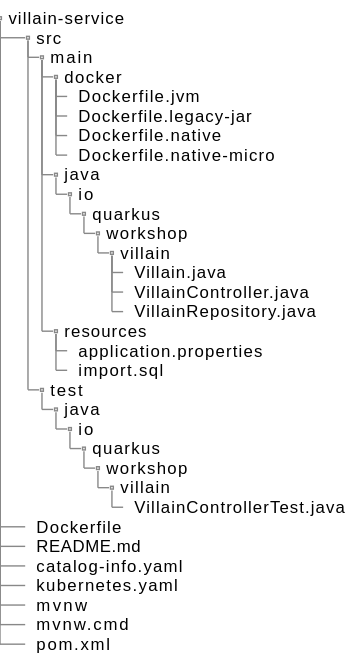
cescoffier/quarkus-openshift-workshop keeps this PlantUML diagram as target/villain-directory-structure.svg. Above is the earlier version. Its diagram source:
```plantuml
@startsalt
{
{
T
villain-service
++  src
+++  main
++++  docker
+++++  Dockerfile.jvm
+++++  Dockerfile.legacy-jar
+++++  Dockerfile.native
+++++  Dockerfile.native-micro
++++  java
+++++  io
++++++  quarkus
+++++++  workshop
++++++++  villain
+++++++++  Villain.java
+++++++++  VillainController.java
+++++++++  VillainRepository.java
++++  resources
+++++  application.properties
+++++  import.sql
+++  test
++++  java
+++++  io
++++++  quarkus
+++++++  workshop
++++++++  villain
+++++++++  VillainControllerTest.java
++ Dockerfile
++ README.md
++ catalog-info.yaml
++ kubernetes.yaml
++ mvnw
++ mvnw.cmd
++ pom.xml
}
}
@endsalt
```
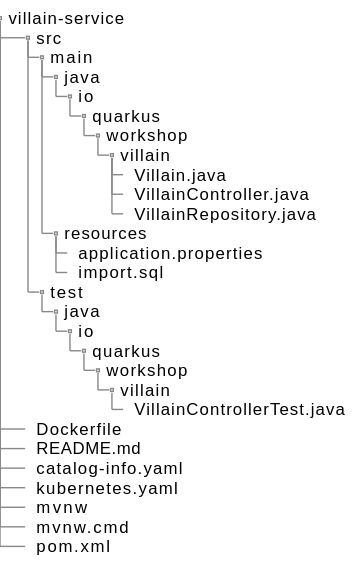
Later version of the same file.

Diff of the diagram source:
```diff
@@ -5,11 +5,6 @@
 villain-service
 ++  src
 +++  main
-++++  docker
-+++++  Dockerfile.jvm
-+++++  Dockerfile.legacy-jar
-+++++  Dockerfile.native
-+++++  Dockerfile.native-micro
 ++++  java
 +++++  io
 ++++++  quarkus
```
